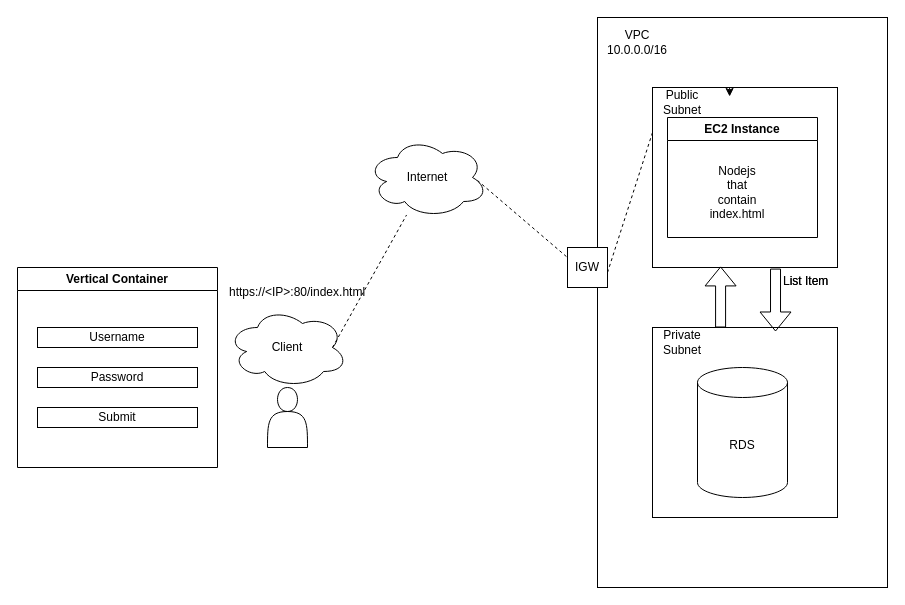
Before: draw/EC2_RDS.drawio in Yogesh-sa1n1/Flowchart_Draw, a draw.io diagram. Source tidied: cells renumbered, new cells numbered last; positions are measured from the earlier drawing's top-left corner, leaving out a move shared by most shapes. Both pictures are drawn from the tidied source at 100%, with x=0, y=0 at pixel (17, 17).
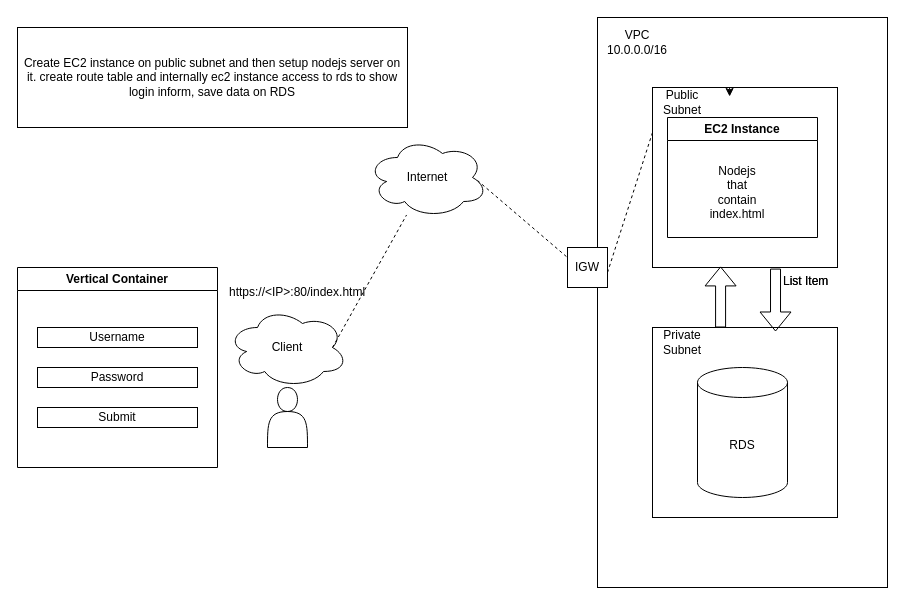
After the change.

The edit, as a diff of the source:
```diff
@@
+    <mxCell id="28" value="Create EC2 instance on public subnet and then setup nodejs server on it. create route table and internally ec2 instance access to rds to show login inform, save data on RDS" style="rounded=0;whiteSpace=wrap;html=1;" parent="1" vertex="1">
+      <mxGeometry y="10" width="390" height="100" as="geometry" />
+    </mxCell>
```
